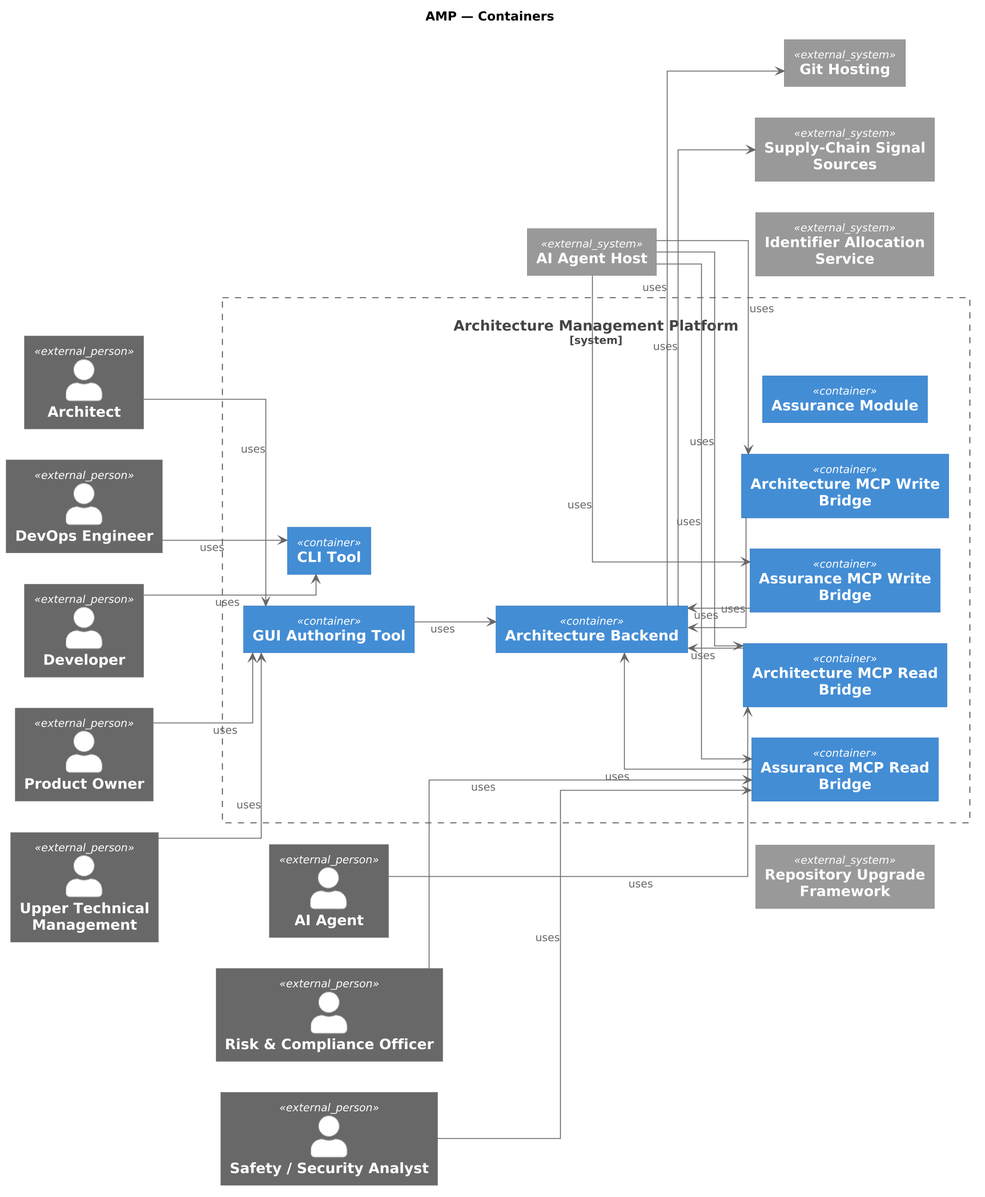
Before: engagements/ENG-ARCH-REPO/architecture-repository/diagram-catalog/rendered/platform-core/CC@1780829785.Z_fI-N.amp-containers.png, a diagram exported from PlantUML (mbauer83/architectonic). Its diagram source:
```plantuml
@startuml
skinparamlocked dpi 150
!include <C4/C4_Component>
left to right direction
skinparam shadowing false
skinparam linetype ortho
skinparam defaultTextAlignment center
skinparam wrapWidth 240
skinparam maxMessageSize 240

title AMP — Containers

System_Boundary(APP_hkrdtm, "Architecture Management Platform") {
  Container(APP_kjC6ex, "CLI Tool", "")
  Container(APP_lmO0mp, "GUI Authoring Tool", "")
  Container(APP_OYEmP1, "Architecture Backend", "")
  Container(APP_Ne0utf, "Architecture MCP Read Bridge", "")
  Container(APP_etTj9M, "Architecture MCP Write Bridge", "")
  Container(APP_iu_kKL, "Assurance MCP Read Bridge", "")
  Container(APP_js9xHR, "Assurance MCP Write Bridge", "")
  Container(GRP_rW_2nX, "Assurance Module", "")
  APP_kjC6ex -[hidden]right- APP_lmO0mp
  APP_lmO0mp -[hidden]right- APP_OYEmP1
  APP_OYEmP1 -[hidden]right- APP_Ne0utf
  APP_Ne0utf -[hidden]right- APP_etTj9M
  APP_etTj9M -[hidden]right- APP_iu_kKL
  APP_iu_kKL -[hidden]right- APP_js9xHR
  APP_js9xHR -[hidden]right- GRP_rW_2nX

}

Person_Ext(ACT_Nn7Oo7, "Architect")
Person_Ext(ACT_OLWiNc, "DevOps Engineer")
Person_Ext(ACT_Pp8Qq8, "Developer")
Person_Ext(ACT_Rr9Ss9, "Product Owner")
Person_Ext(ACT_Ut1Vv1, "Upper Technical Management")
System_Ext(APP_v6AXNw, "AI Agent Host")
System_Ext(APP_Je9pmw, "Git Hosting")
System_Ext(APP_JqIBPJ, "Supply-Chain Signal Sources")
System_Ext(APP_AeU7V3, "Identifier Allocation Service")
System_Ext(APP_OZbaBh, "Repository Upgrade Framework")
Person_Ext(ROL_udXPfB, "AI Agent")
Person_Ext(ROL_abNYhO, "Risk & Compliance Officer")
Person_Ext(ROL_yswDMB, "Safety / Security Analyst")

ACT_Nn7Oo7 -[hidden]right- ACT_OLWiNc
ACT_OLWiNc -[hidden]right- ACT_Pp8Qq8
ACT_Pp8Qq8 -[hidden]right- ACT_Rr9Ss9
ACT_Rr9Ss9 -[hidden]right- ACT_Ut1Vv1
ACT_Ut1Vv1 -[hidden]right- ROL_udXPfB
ROL_udXPfB -[hidden]right- ROL_abNYhO
ROL_abNYhO -[hidden]right- ROL_yswDMB
ROL_yswDMB -[hidden]right- APP_hkrdtm
APP_hkrdtm -[hidden]right- APP_v6AXNw
APP_v6AXNw -[hidden]right- APP_Je9pmw
APP_Je9pmw -[hidden]right- APP_JqIBPJ
APP_JqIBPJ -[hidden]right- APP_AeU7V3
APP_AeU7V3 -[hidden]right- APP_OZbaBh


ACT_Nn7Oo7 --> APP_lmO0mp : uses
ACT_OLWiNc --> APP_kjC6ex : uses
ACT_Pp8Qq8 --> APP_kjC6ex : uses
ACT_Rr9Ss9 --> APP_lmO0mp : uses
ACT_Ut1Vv1 --> APP_lmO0mp : uses
APP_lmO0mp --> APP_OYEmP1 : uses
APP_Ne0utf --> APP_OYEmP1 : uses
APP_etTj9M --> APP_OYEmP1 : uses
APP_iu_kKL --> APP_OYEmP1 : uses
APP_js9xHR --> APP_OYEmP1 : uses
APP_v6AXNw --> APP_Ne0utf : uses
APP_v6AXNw --> APP_etTj9M : uses
APP_v6AXNw --> APP_iu_kKL : uses
APP_v6AXNw --> APP_js9xHR : uses
APP_OYEmP1 --> APP_Je9pmw : uses
APP_OYEmP1 --> APP_JqIBPJ : uses
ROL_udXPfB --> APP_Ne0utf : uses
ROL_abNYhO --> APP_iu_kKL : uses
ROL_yswDMB --> APP_iu_kKL : uses
@enduml
```
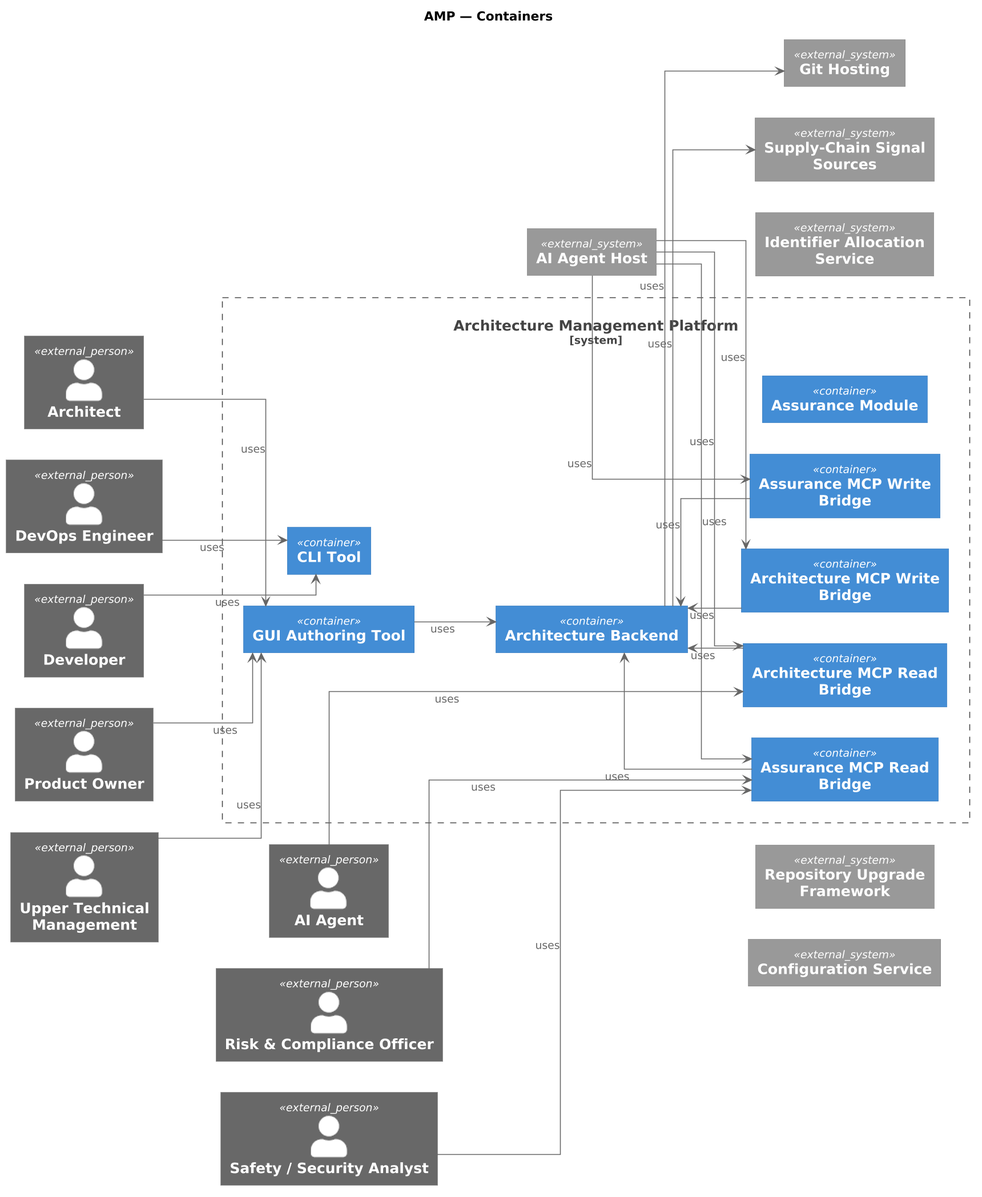
The same file after the commit.

Diff of the diagram source:
```diff
@@ -42,6 +42,7 @@
 Person_Ext(ROL_udXPfB, "AI Agent")
 Person_Ext(ROL_abNYhO, "Risk & Compliance Officer")
 Person_Ext(ROL_yswDMB, "Safety / Security Analyst")
+System_Ext(SRV_e5MCiF, "Configuration Service")
 
 ACT_Nn7Oo7 -[hidden]right- ACT_OLWiNc
 ACT_OLWiNc -[hidden]right- ACT_Pp8Qq8
@@ -56,6 +57,7 @@
 APP_Je9pmw -[hidden]right- APP_JqIBPJ
 APP_JqIBPJ -[hidden]right- APP_AeU7V3
 APP_AeU7V3 -[hidden]right- APP_OZbaBh
+APP_OZbaBh -[hidden]right- SRV_e5MCiF
 
 
 ACT_Nn7Oo7 --> APP_lmO0mp : uses
```
